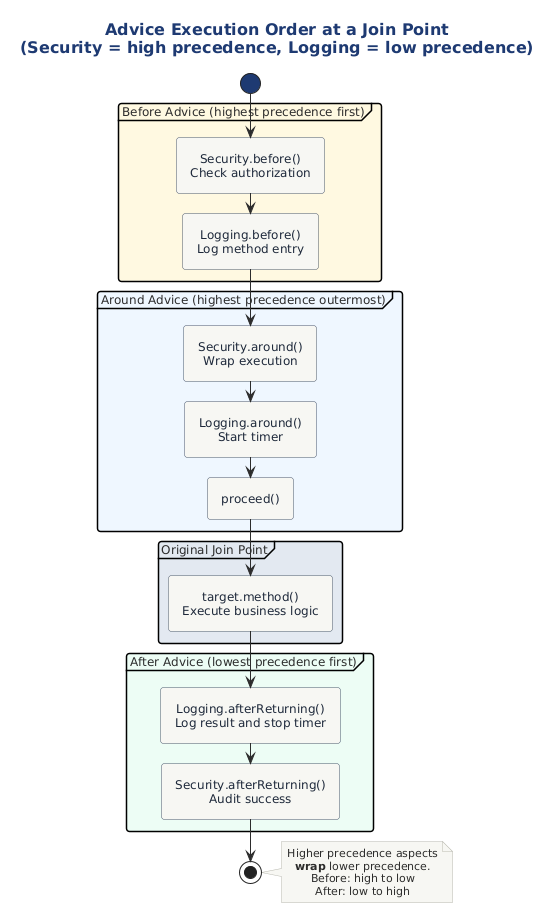
Earlier version of the PlantUML export src/architecture/views-and-beyond/style-catalogs/module/aspects-style/png/advice-execution-order-at-join-point-sec-high.png (Notoriousjayy/latex-docs). Source of this version:
```plantuml
@startuml

skinparam activityBackgroundColor #FFFFFF
!include ../../../../../../tooling/styles/plantuml/behavioral/activity-diagram-style.iuml

skinparam activityBorderColor #475569
skinparam activityFontColor #1E293B

title Advice Execution Order at a Join Point\n(Security = high precedence, Logging = low precedence)

start

partition "Before Advice (highest precedence first)" #FFF8E1 {
  :Security.before()
  Check authorization;
  :Logging.before()
  Log method entry;
}

partition "Around Advice (highest precedence outermost)" #EFF6FF {
  :Security.around()
  Wrap execution;
  :Logging.around()
  Start timer;
  :proceed();
}

partition "Original Join Point" #E2E8F0 {
  :target.method()
  Execute business logic;
}

partition "After Advice (lowest precedence first)" #ECFDF5 {
  :Logging.afterReturning()
  Log result and stop timer;
  :Security.afterReturning()
  Audit success;
}

stop

note right
  Higher precedence aspects
  **wrap** lower precedence.
  Before: high to low
  After: low to high
end note

@enduml
```
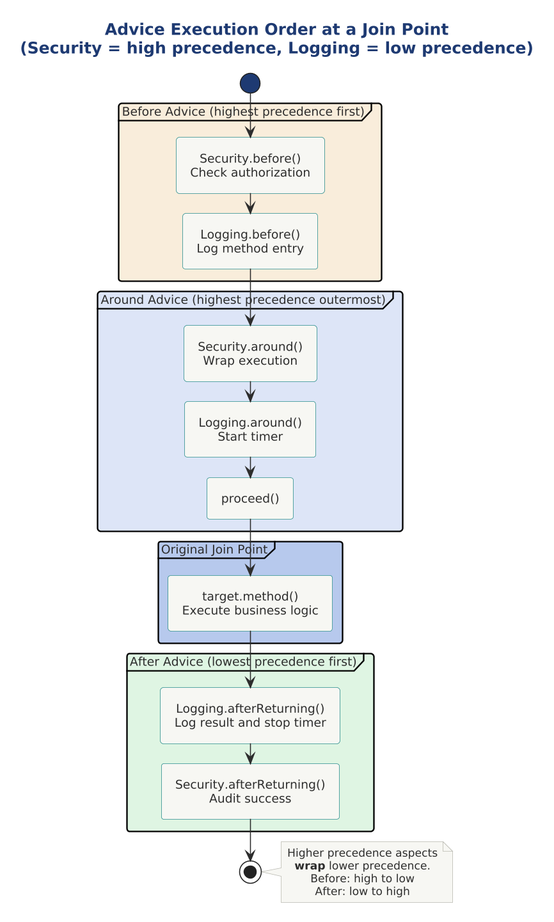
Above is the later version.

Diff of the diagram source:
```diff
@@ -1,23 +1,24 @@
 @startuml
 
-skinparam activityBackgroundColor #FFFFFF
+skinparam dpi 150
+
+
+
+
 !include ../../../../../../tooling/styles/plantuml/behavioral/activity-diagram-style.iuml
-
-skinparam activityBorderColor #475569
-skinparam activityFontColor #1E293B
 
 title Advice Execution Order at a Join Point\n(Security = high precedence, Logging = low precedence)
 
 start
 
-partition "Before Advice (highest precedence first)" #FFF8E1 {
+partition "Before Advice (highest precedence first)" $fill_caution {
   :Security.before()
   Check authorization;
   :Logging.before()
   Log method entry;
 }
 
-partition "Around Advice (highest precedence outermost)" #EFF6FF {
+partition "Around Advice (highest precedence outermost)" $fill_primary {
   :Security.around()
   Wrap execution;
   :Logging.around()
@@ -25,12 +26,12 @@
   :proceed();
 }
 
-partition "Original Join Point" #E2E8F0 {
+partition "Original Join Point" $deep_primary {
   :target.method()
   Execute business logic;
 }
 
-partition "After Advice (lowest precedence first)" #ECFDF5 {
+partition "After Advice (lowest precedence first)" $fill_ok {
   :Logging.afterReturning()
   Log result and stop timer;
   :Security.afterReturning()
```
